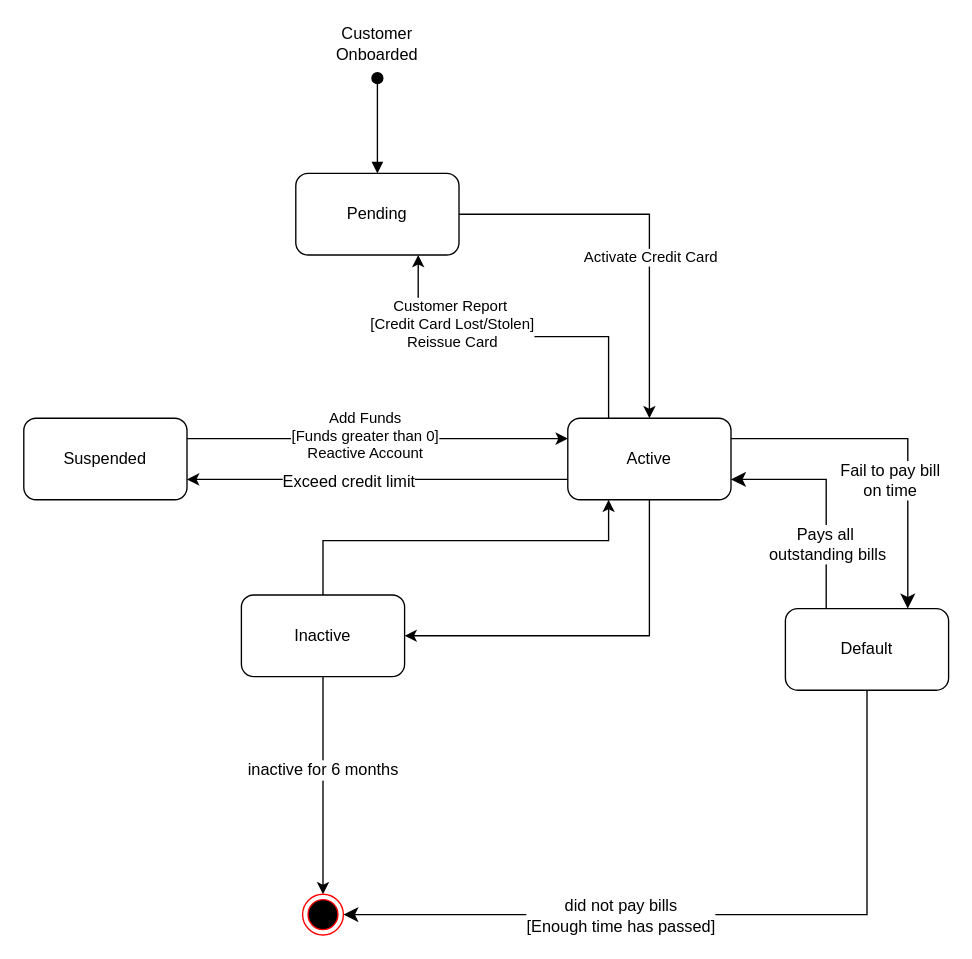
Above: workshop6_week7.drawio in antonykimuom/SWEN30006-2025-SM1-workshop1-tuew05-14-00-team-12 (draw.io), before the change. Source tidied: cells renumbered, new cells numbered last; positions are measured from the earlier drawing's top-left corner, leaving out a move shared by most shapes. Both pictures are drawn from the tidied source at 136%, with x=0, y=0 at pixel (23, 23).
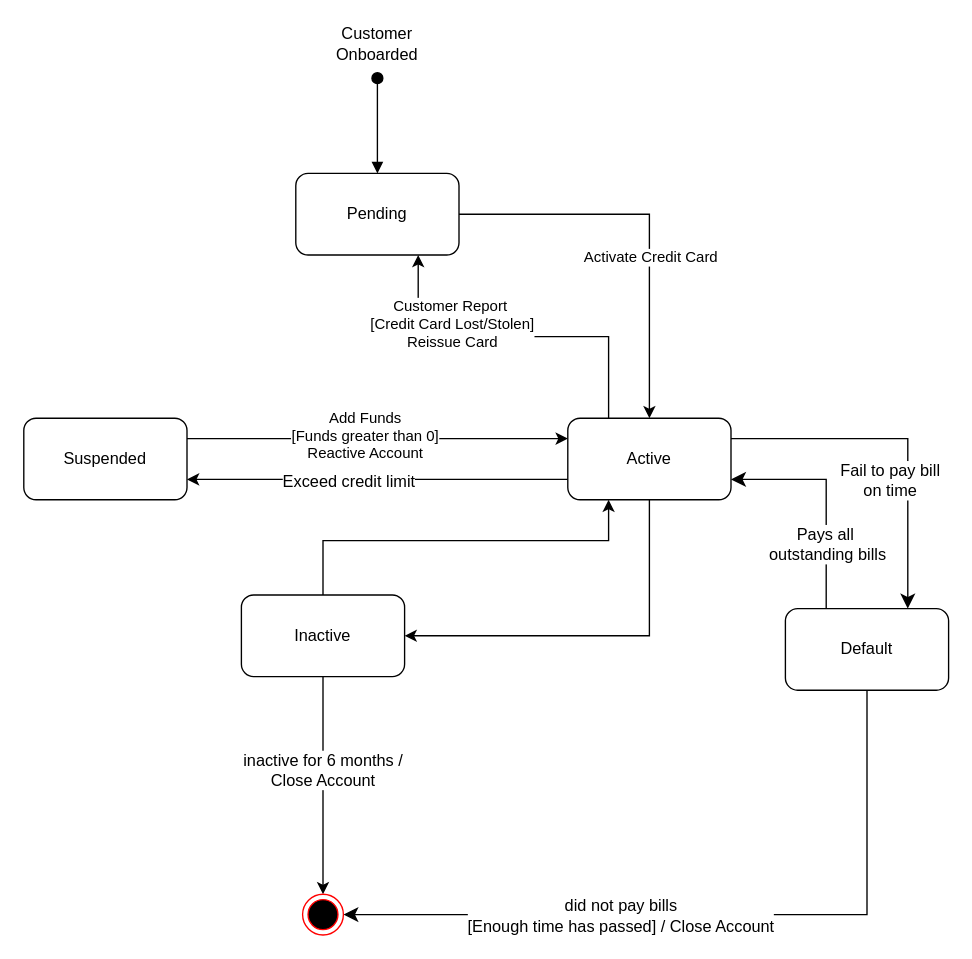
After the change.

Commit message:
added close account actions

Unchanged cells that the change refers to:
```xml
<mxCell id="16" style="endArrow=classic;html=1;rounded=0;exitX=0.5;exitY=1;exitDx=0;exitDy=0;entryX=0.5;entryY=0;entryDx=0;entryDy=0;" parent="1" edge="1" source="15" target="25">
  <mxGeometry relative="1" as="geometry" />
</mxCell>
<mxCell id="18" style="edgeStyle=orthogonalEdgeStyle;rounded=0;jettySize=auto;html=1;fontSize=12;startSize=8;endSize=8;entryX=1;entryY=0.5;entryDx=0;entryDy=0;" parent="1" edge="1" source="20" target="25">
  <mxGeometry relative="1" as="geometry">
    <Array as="points">
      <mxPoint x="620" y="655" />
    </Array>
  </mxGeometry>
</mxCell>
```

Diff of the diagram source:
```diff
@@
-    <mxCell id="17" value="inactive for 6 months" style="edgeLabel;html=1;align=center;verticalAlign=middle;fontSize=12;" parent="16" vertex="1">
+    <mxCell id="17" value="inactive for 6 months /&lt;div&gt;Close Account&lt;/div&gt;" style="edgeLabel;html=1;align=center;verticalAlign=middle;fontSize=12;" parent="16" vertex="1">
       <mxGeometry x="-0.15" y="-1" relative="1" as="geometry" />
     </mxCell>
@@
-    <mxCell id="19" value="did not pay bills&lt;div&gt;[Enough time has passed]&lt;/div&gt;" style="edgeLabel;html=1;align=center;verticalAlign=middle;fontSize=12;" parent="18" vertex="1">
+    <mxCell id="19" value="did not pay bills&lt;div&gt;[Enough time has passed] / Close Account&lt;/div&gt;" style="edgeLabel;html=1;align=center;verticalAlign=middle;fontSize=12;" parent="18" vertex="1">
       <mxGeometry x="0.26" relative="1" as="geometry" />
     </mxCell>
```
